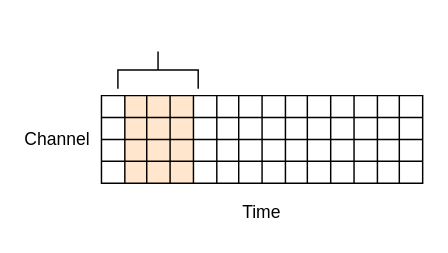
weiter10/tfm_eeg_dl keeps this draw.io diagram as conv1d.drawio. Above is the earlier version. Source tidied: cells renumbered, new cells numbered last; positions are measured from the earlier drawing's top-left corner, leaving out a move shared by most shapes. Both pictures are drawn from the tidied source at 146%, with x=0, y=0 at pixel (28, 29).
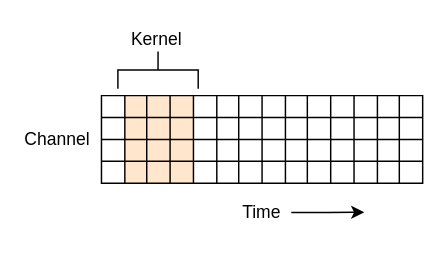
After the change.

The change refers to these unchanged cells:
```xml
<mxCell id="65" value="Time" style="text;html=1;strokeColor=none;fillColor=none;align=center;verticalAlign=middle;whiteSpace=wrap;rounded=0;" parent="1" vertex="1">
  <mxGeometry x="140" y="115" width="40" height="20" as="geometry" />
</mxCell>
```

Diff of the diagram source:
```diff
@@
+    <mxCell id="67" style="edgeStyle=orthogonalEdgeStyle;rounded=0;jettySize=auto;html=1;exitX=1;exitY=0.5;exitDx=0;exitDy=0;" parent="1" edge="1" source="65">
+      <mxGeometry relative="1" as="geometry">
+        <mxPoint x="230" y="124.9" as="targetPoint" />
+      </mxGeometry>
+    </mxCell>
@@
+    <mxCell id="68" value="Kernel" style="text;html=1;strokeColor=none;fillColor=none;align=center;verticalAlign=middle;whiteSpace=wrap;rounded=0;" parent="1" vertex="1">
+      <mxGeometry x="68" y="-3" width="40" height="20" as="geometry" />
+    </mxCell>
```
